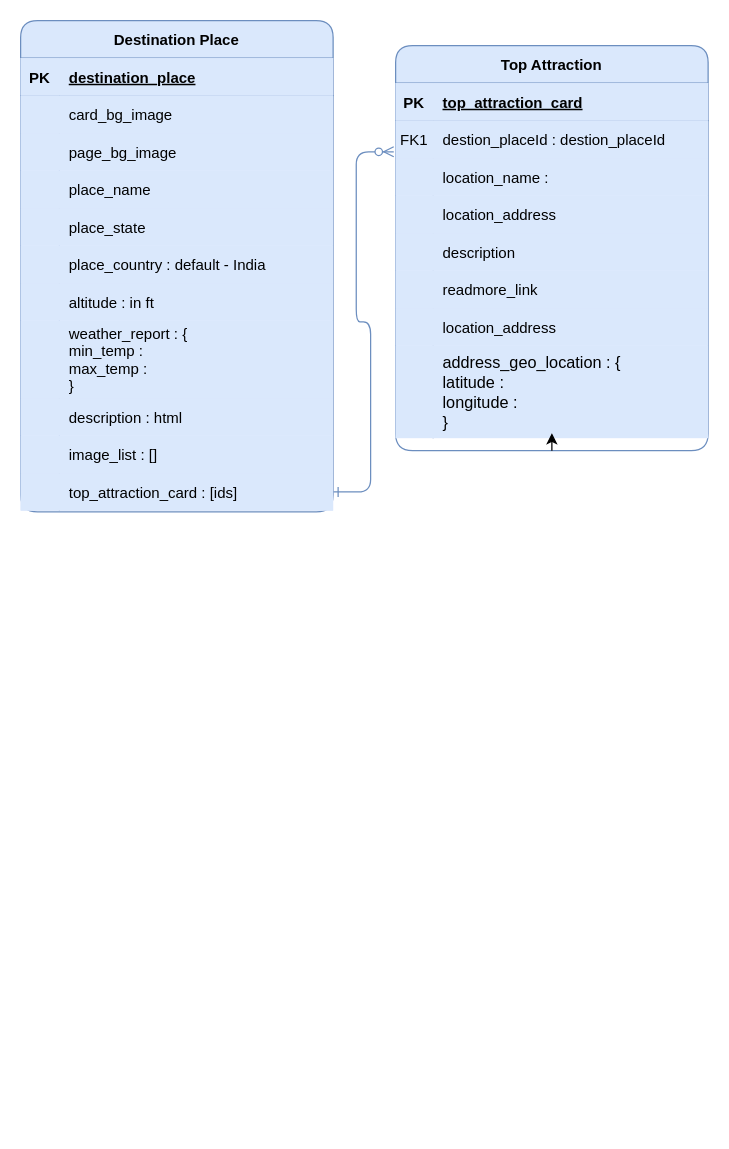
Akshay-Singh-Rajput/Akshay-Singh-Rajput keeps this draw.io diagram as Untitled Diagram.drawio. Above is the earlier version. Source tidied: cells renumbered, new cells numbered last; positions are measured from the earlier drawing's top-left corner, leaving out a move shared by most shapes. Both pictures are drawn from the tidied source at 125%, with x=0, y=0 at pixel (20, 20).
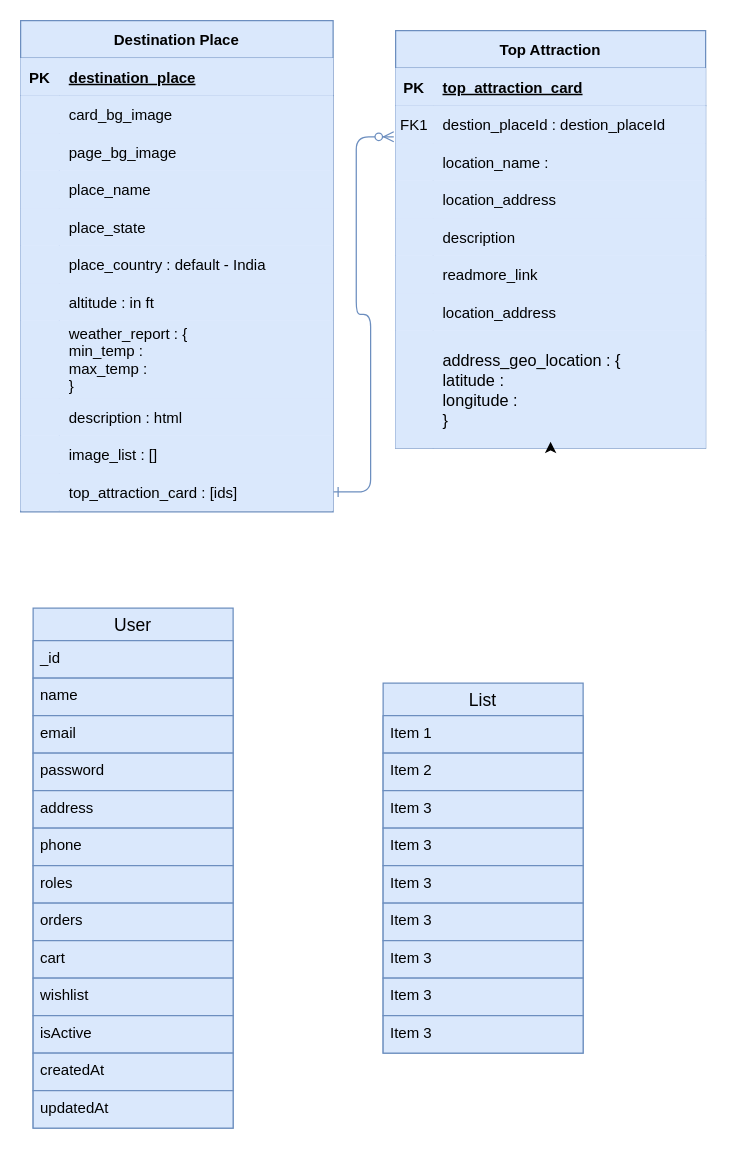
The same diagram, later.

Change to the diagram source:
```diff
@@
-    <mxCell id="3" value="Top Attraction" style="shape=table;startSize=30;childLayout=tableLayout;rowLines=0;fontStyle=1;align=center;fillColor=#dae8fc;strokeColor=#6c8ebf;rounded=1;" parent="1" vertex="1">
-      <mxGeometry x="300" y="20" width="250" height="324" as="geometry" />
+    <mxCell id="3" value="Top Attraction" style="shape=table;startSize=30;childLayout=tableLayout;rowLines=0;fontStyle=1;align=center;fillColor=#dae8fc;strokeColor=#6c8ebf;rounded=0;flipH=1;" parent="1" vertex="1">
+      <mxGeometry x="300" y="8" width="248" height="334" as="geometry" />
     </mxCell>
     <mxCell id="4" style="shape=partialRectangle;fillColor=#dae8fc;top=0;left=0;right=0;bottom=1;strokeColor=#6c8ebf;rounded=1;" parent="3" vertex="1">
-      <mxGeometry y="30" width="250" height="30" as="geometry" />
+      <mxGeometry y="30" width="248" height="30" as="geometry" />
     </mxCell>
@@
     <mxCell id="6" value="top_attraction_card" style="shape=partialRectangle;overflow=hidden;fillColor=#dae8fc;top=0;left=0;bottom=0;right=0;align=left;spacingLeft=6;fontStyle=5;strokeColor=#6c8ebf;rounded=1;" parent="4" vertex="1">
-      <mxGeometry x="30" width="220" height="30" as="geometry" />
+      <mxGeometry x="30" width="218" height="30" as="geometry" />
     </mxCell>
     <mxCell id="7" style="shape=partialRectangle;fillColor=#dae8fc;points=[[0,0.5],[1,0.5]];portConstraint=eastwest;top=0;left=0;right=0;bottom=0;strokeColor=#6c8ebf;rounded=1;" parent="3" vertex="1">
-      <mxGeometry y="60" width="250" height="30" as="geometry" />
+      <mxGeometry y="60" width="248" height="30" as="geometry" />
     </mxCell>
@@
     <mxCell id="9" value="destion_placeId : destion_placeId" style="shape=partialRectangle;overflow=hidden;fillColor=#dae8fc;top=0;left=0;bottom=0;right=0;align=left;spacingLeft=6;strokeColor=#6c8ebf;rounded=1;" parent="7" vertex="1">
-      <mxGeometry x="30" width="220" height="30" as="geometry" />
+      <mxGeometry x="30" width="218" height="30" as="geometry" />
     </mxCell>
     <mxCell id="10" style="shape=partialRectangle;fillColor=#dae8fc;top=0;left=0;right=0;bottom=0;strokeColor=#6c8ebf;rounded=1;" parent="3" vertex="1">
-      <mxGeometry y="90" width="250" height="30" as="geometry" />
+      <mxGeometry y="90" width="248" height="30" as="geometry" />
     </mxCell>
@@
     <mxCell id="12" value="location_name :" style="shape=partialRectangle;overflow=hidden;fillColor=#dae8fc;top=0;left=0;bottom=0;right=0;align=left;spacingLeft=6;strokeColor=#6c8ebf;rounded=1;" parent="10" vertex="1">
-      <mxGeometry x="30" width="220" height="30" as="geometry" />
+      <mxGeometry x="30" width="218" height="30" as="geometry" />
     </mxCell>
     <mxCell id="13" style="shape=partialRectangle;fillColor=#dae8fc;top=0;left=0;right=0;bottom=0;strokeColor=#6c8ebf;rounded=1;" parent="3" vertex="1">
-      <mxGeometry y="120" width="250" height="30" as="geometry" />
+      <mxGeometry y="120" width="248" height="30" as="geometry" />
     </mxCell>
@@
     <mxCell id="15" value="location_address" style="shape=partialRectangle;overflow=hidden;fillColor=#dae8fc;top=0;left=0;bottom=0;right=0;align=left;spacingLeft=6;strokeColor=#6c8ebf;rounded=1;" parent="13" vertex="1">
-      <mxGeometry x="30" width="220" height="30" as="geometry" />
+      <mxGeometry x="30" width="218" height="30" as="geometry" />
     </mxCell>
     <mxCell id="16" style="shape=partialRectangle;fillColor=#dae8fc;top=0;left=0;right=0;bottom=0;strokeColor=#6c8ebf;rounded=1;" parent="3" vertex="1">
-      <mxGeometry y="150" width="250" height="30" as="geometry" />
+      <mxGeometry y="150" width="248" height="30" as="geometry" />
     </mxCell>
@@
     <mxCell id="18" value="description" style="shape=partialRectangle;overflow=hidden;fillColor=#dae8fc;top=0;left=0;bottom=0;right=0;align=left;spacingLeft=6;strokeColor=#6c8ebf;rounded=1;" parent="16" vertex="1">
-      <mxGeometry x="30" width="220" height="30" as="geometry" />
+      <mxGeometry x="30" width="218" height="30" as="geometry" />
     </mxCell>
     <mxCell id="19" style="shape=partialRectangle;fillColor=#dae8fc;top=0;left=0;right=0;bottom=0;strokeColor=#6c8ebf;rounded=1;" parent="3" vertex="1">
-      <mxGeometry y="180" width="250" height="30" as="geometry" />
+      <mxGeometry y="180" width="248" height="30" as="geometry" />
     </mxCell>
@@
     <mxCell id="21" value="readmore_link" style="shape=partialRectangle;overflow=hidden;fillColor=#dae8fc;top=0;left=0;bottom=0;right=0;align=left;spacingLeft=6;strokeColor=#6c8ebf;rounded=1;" parent="19" vertex="1">
-      <mxGeometry x="30" width="220" height="30" as="geometry" />
+      <mxGeometry x="30" width="218" height="30" as="geometry" />
     </mxCell>
     <mxCell id="22" style="shape=partialRectangle;fillColor=#dae8fc;top=0;left=0;right=0;bottom=0;strokeColor=#6c8ebf;rounded=1;" parent="3" vertex="1">
-      <mxGeometry y="210" width="250" height="30" as="geometry" />
+      <mxGeometry y="210" width="248" height="30" as="geometry" />
     </mxCell>
@@
     <mxCell id="24" value="location_address" style="shape=partialRectangle;overflow=hidden;fillColor=#dae8fc;top=0;left=0;bottom=0;right=0;align=left;spacingLeft=6;strokeColor=#6c8ebf;rounded=1;" parent="22" vertex="1">
-      <mxGeometry x="30" width="220" height="30" as="geometry" />
+      <mxGeometry x="30" width="218" height="30" as="geometry" />
     </mxCell>
     <mxCell id="25" style="shape=partialRectangle;fillColor=#dae8fc;points=[[0,0.5],[1,0.5]];portConstraint=eastwest;top=0;left=0;right=0;bottom=0;strokeColor=#6c8ebf;rounded=1;" parent="3" vertex="1">
-      <mxGeometry y="240" width="250" height="74" as="geometry" />
+      <mxGeometry y="240" width="248" height="94" as="geometry" />
     </mxCell>
     <mxCell id="26" style="shape=partialRectangle;overflow=hidden;fillColor=#dae8fc;top=0;left=0;bottom=0;right=0;strokeColor=#6c8ebf;rounded=1;" parent="25" vertex="1">
-      <mxGeometry width="30" height="74" as="geometry" />
+      <mxGeometry width="30" height="94" as="geometry" />
     </mxCell>
     <mxCell id="27" value="address_geo_location : {&#10;latitude : &#10;longitude :&#10;}" style="shape=partialRectangle;overflow=hidden;fillColor=#dae8fc;top=0;left=0;bottom=0;right=0;align=left;spacingLeft=6;fontSize=13;strokeColor=#6c8ebf;rounded=1;" parent="25" vertex="1">
-      <mxGeometry x="30" width="220" height="74" as="geometry" />
+      <mxGeometry x="30" width="218" height="94" as="geometry" />
     </mxCell>
@@
-    <mxCell id="29" value="Destination Place" style="shape=table;startSize=30;childLayout=tableLayout;rowLines=0;fontStyle=1;align=center;fillColor=#dae8fc;strokeColor=#6c8ebf;rounded=1;" parent="1" vertex="1">
+    <mxCell id="29" value="Destination Place" style="shape=table;startSize=30;childLayout=tableLayout;rowLines=0;fontStyle=1;align=center;fillColor=#dae8fc;strokeColor=#6c8ebf;rounded=0;" parent="1" vertex="1">
       <mxGeometry width="250" height="393" as="geometry" />
     </mxCell>
@@
+    <mxCell id="63" value="User" style="swimlane;fontStyle=0;horizontal=1;startSize=26;align=center;fontSize=14;labelBackgroundColor=none;labelBorderColor=none;fillColor=#dae8fc;strokeColor=#6c8ebf;rounded=0;" parent="1" vertex="1">
+      <mxGeometry x="10" y="470" width="160" height="416" as="geometry" />
+    </mxCell>
+    <mxCell id="64" value="_id" style="text;strokeColor=#6c8ebf;fillColor=#dae8fc;spacingLeft=4;spacingRight=4;overflow=hidden;fontSize=12;" parent="63" vertex="1">
+      <mxGeometry y="26" width="160" height="30" as="geometry" />
+    </mxCell>
+    <mxCell id="65" value="name" style="text;strokeColor=#6c8ebf;fillColor=#dae8fc;spacingLeft=4;spacingRight=4;overflow=hidden;fontSize=12;" parent="63" vertex="1">
+      <mxGeometry y="56" width="160" height="30" as="geometry" />
+    </mxCell>
+    <mxCell id="66" value="email" style="text;strokeColor=#6c8ebf;fillColor=#dae8fc;spacingLeft=4;spacingRight=4;overflow=hidden;fontSize=12;" parent="63" vertex="1">
+      <mxGeometry y="86" width="160" height="30" as="geometry" />
+    </mxCell>
+    <mxCell id="67" value="password" style="text;strokeColor=#6c8ebf;fillColor=#dae8fc;spacingLeft=4;spacingRight=4;overflow=hidden;fontSize=12;" parent="63" vertex="1">
+      <mxGeometry y="116" width="160" height="30" as="geometry" />
+    </mxCell>
+    <mxCell id="68" value="address" style="text;strokeColor=#6c8ebf;fillColor=#dae8fc;spacingLeft=4;spacingRight=4;overflow=hidden;fontSize=12;" parent="63" vertex="1">
+      <mxGeometry y="146" width="160" height="30" as="geometry" />
+    </mxCell>
+    <mxCell id="69" value="phone" style="text;strokeColor=#6c8ebf;fillColor=#dae8fc;spacingLeft=4;spacingRight=4;overflow=hidden;fontSize=12;" parent="63" vertex="1">
+      <mxGeometry y="176" width="160" height="30" as="geometry" />
+    </mxCell>
+    <mxCell id="70" value="roles" style="text;strokeColor=#6c8ebf;fillColor=#dae8fc;spacingLeft=4;spacingRight=4;overflow=hidden;fontSize=12;" parent="63" vertex="1">
+      <mxGeometry y="206" width="160" height="30" as="geometry" />
+    </mxCell>
+    <mxCell id="71" value="orders" style="text;strokeColor=#6c8ebf;fillColor=#dae8fc;spacingLeft=4;spacingRight=4;overflow=hidden;fontSize=12;" parent="63" vertex="1">
+      <mxGeometry y="236" width="160" height="30" as="geometry" />
+    </mxCell>
+    <mxCell id="72" value="cart" style="text;strokeColor=#6c8ebf;fillColor=#dae8fc;spacingLeft=4;spacingRight=4;overflow=hidden;fontSize=12;" parent="63" vertex="1">
+      <mxGeometry y="266" width="160" height="30" as="geometry" />
+    </mxCell>
+    <mxCell id="73" value="wishlist" style="text;strokeColor=#6c8ebf;fillColor=#dae8fc;spacingLeft=4;spacingRight=4;overflow=hidden;fontSize=12;" parent="63" vertex="1">
+      <mxGeometry y="296" width="160" height="30" as="geometry" />
+    </mxCell>
+    <mxCell id="74" value="isActive" style="text;strokeColor=#6c8ebf;fillColor=#dae8fc;spacingLeft=4;spacingRight=4;overflow=hidden;fontSize=12;" parent="63" vertex="1">
+      <mxGeometry y="326" width="160" height="30" as="geometry" />
+    </mxCell>
+    <mxCell id="75" value="createdAt" style="text;strokeColor=#6c8ebf;fillColor=#dae8fc;spacingLeft=4;spacingRight=4;overflow=hidden;fontSize=12;" parent="63" vertex="1">
+      <mxGeometry y="356" width="160" height="30" as="geometry" />
+    </mxCell>
+    <mxCell id="76" value="updatedAt" style="text;strokeColor=#6c8ebf;fillColor=#dae8fc;spacingLeft=4;spacingRight=4;overflow=hidden;fontSize=12;" parent="63" vertex="1">
+      <mxGeometry y="386" width="160" height="30" as="geometry" />
+    </mxCell>
+    <mxCell id="77" value="List" style="swimlane;fontStyle=0;horizontal=1;startSize=26;align=center;fontSize=14;rounded=0;labelBackgroundColor=none;labelBorderColor=none;strokeColor=#6c8ebf;fillColor=#dae8fc;" parent="1" vertex="1">
+      <mxGeometry x="290" y="530" width="160" height="296" as="geometry" />
+    </mxCell>
+    <mxCell id="78" value="Item 1" style="text;strokeColor=#6c8ebf;fillColor=#dae8fc;spacingLeft=4;spacingRight=4;overflow=hidden;fontSize=12;" parent="77" vertex="1">
+      <mxGeometry y="26" width="160" height="30" as="geometry" />
+    </mxCell>
+    <mxCell id="79" value="Item 2" style="text;strokeColor=#6c8ebf;fillColor=#dae8fc;spacingLeft=4;spacingRight=4;overflow=hidden;fontSize=12;" parent="77" vertex="1">
+      <mxGeometry y="56" width="160" height="30" as="geometry" />
+    </mxCell>
+    <mxCell id="80" value="Item 3" style="text;strokeColor=#6c8ebf;fillColor=#dae8fc;spacingLeft=4;spacingRight=4;overflow=hidden;fontSize=12;" parent="77" vertex="1">
+      <mxGeometry y="86" width="160" height="30" as="geometry" />
+    </mxCell>
+    <mxCell id="81" value="Item 3" style="text;strokeColor=#6c8ebf;fillColor=#dae8fc;spacingLeft=4;spacingRight=4;overflow=hidden;fontSize=12;" parent="77" vertex="1">
+      <mxGeometry y="116" width="160" height="30" as="geometry" />
+    </mxCell>
+    <mxCell id="82" value="Item 3" style="text;strokeColor=#6c8ebf;fillColor=#dae8fc;spacingLeft=4;spacingRight=4;overflow=hidden;fontSize=12;" parent="77" vertex="1">
+      <mxGeometry y="146" width="160" height="30" as="geometry" />
+    </mxCell>
+    <mxCell id="83" value="Item 3" style="text;strokeColor=#6c8ebf;fillColor=#dae8fc;spacingLeft=4;spacingRight=4;overflow=hidden;fontSize=12;" parent="77" vertex="1">
+      <mxGeometry y="176" width="160" height="30" as="geometry" />
+    </mxCell>
+    <mxCell id="84" value="Item 3" style="text;strokeColor=#6c8ebf;fillColor=#dae8fc;spacingLeft=4;spacingRight=4;overflow=hidden;fontSize=12;" parent="77" vertex="1">
+      <mxGeometry y="206" width="160" height="30" as="geometry" />
+    </mxCell>
+    <mxCell id="85" value="Item 3" style="text;strokeColor=#6c8ebf;fillColor=#dae8fc;spacingLeft=4;spacingRight=4;overflow=hidden;fontSize=12;" parent="77" vertex="1">
+      <mxGeometry y="236" width="160" height="30" as="geometry" />
+    </mxCell>
+    <mxCell id="86" value="Item 3" style="text;strokeColor=#6c8ebf;fillColor=#dae8fc;spacingLeft=4;spacingRight=4;overflow=hidden;fontSize=12;" parent="77" vertex="1">
+      <mxGeometry y="266" width="160" height="30" as="geometry" />
+    </mxCell>
```
